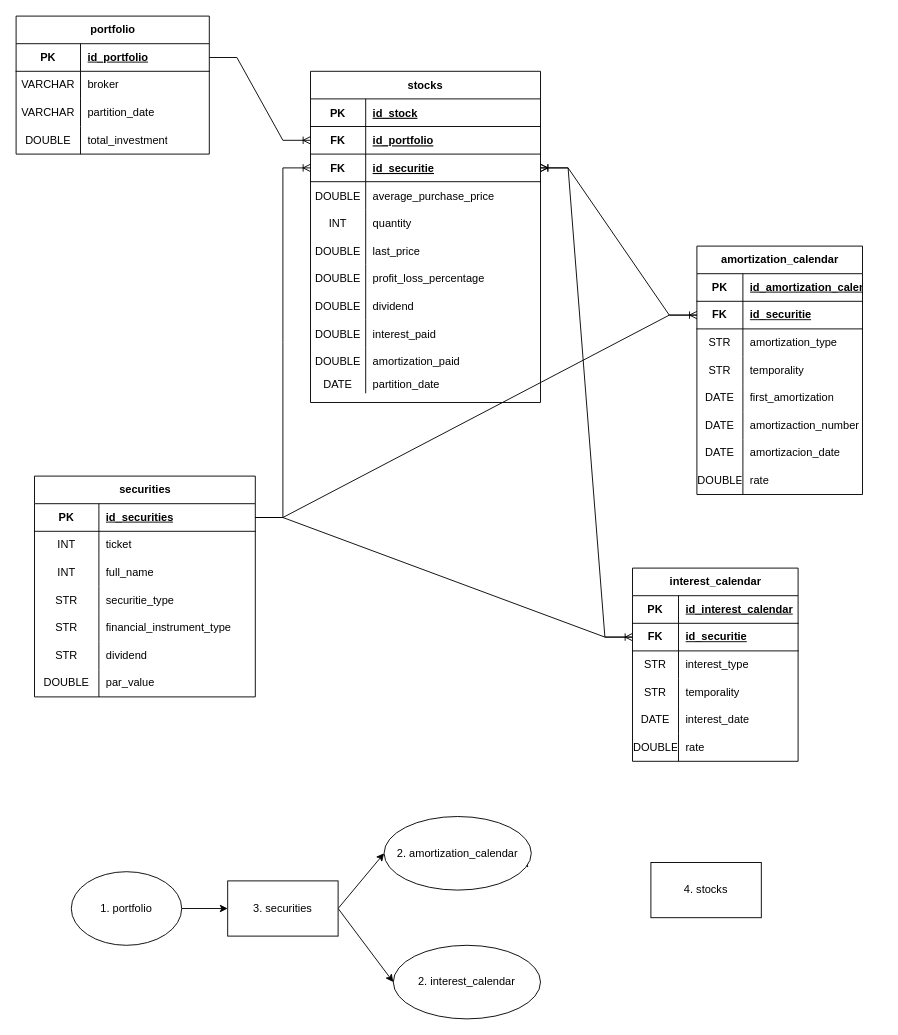
Earlier version of the draw.io diagram UML/modelo_de_datos.drawio (Tomasteawita/white_finance). Source tidied: cells renumbered, new cells numbered last; positions are measured from the earlier drawing's top-left corner, leaving out a move shared by most shapes. Both pictures are drawn from the tidied source at 92%, with x=0, y=0 at pixel (16, 16).
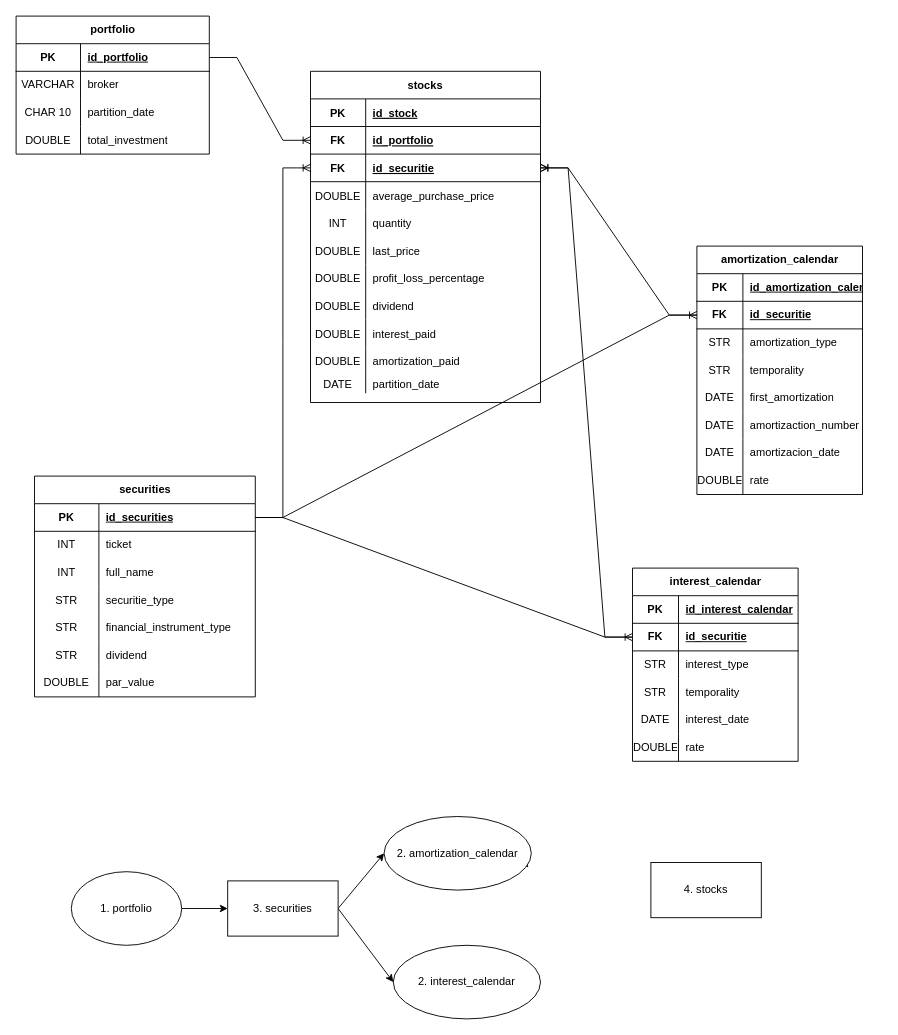
Above is the later version.

Unchanged cells that the change refers to:
```xml
<mxCell id="43" style="shape=tableRow;horizontal=0;startSize=0;swimlaneHead=0;swimlaneBody=0;fillColor=none;top=0;left=0;right=0;bottom=0;" parent="36" vertex="1">
  <mxGeometry y="90" width="210" height="30" as="geometry" />
</mxCell>
```

What changed in the source:
```diff
@@
-    <mxCell id="44" value="VARCHAR" style="shape=partialRectangle;fillColor=none;top=0;left=0;bottom=0;right=0;overflow=hidden;whiteSpace=wrap;html=1;" parent="43" vertex="1">
+    <mxCell id="44" value="CHAR 10" style="shape=partialRectangle;fillColor=none;top=0;left=0;bottom=0;right=0;overflow=hidden;whiteSpace=wrap;html=1;" parent="43" vertex="1">
       <mxGeometry width="70" height="30" as="geometry" />
     </mxCell>
```
